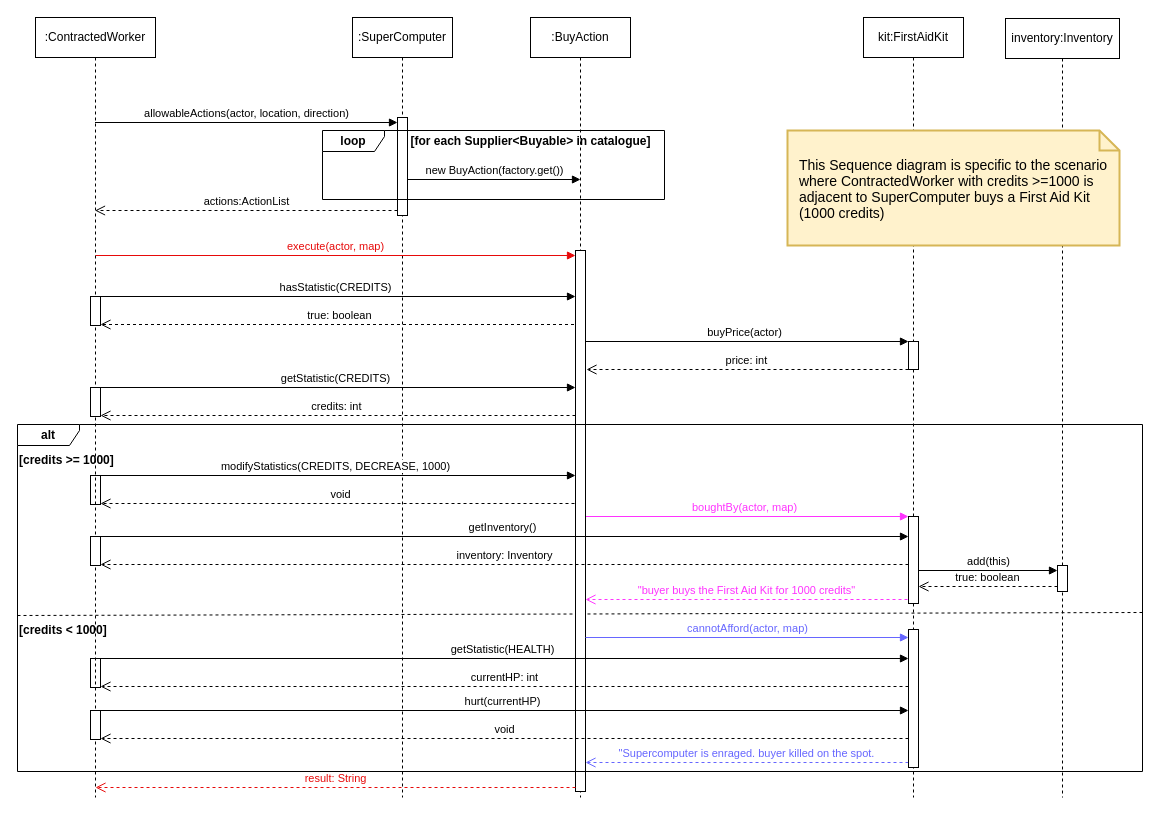
This is docs/design/assignment2/REQ1/REQ1-SequenceDiagram.drawio from ls9487/FIT2099-2026-SEM1-garbage-collection-inc, a draw.io file, before an edit. Source tidied: cells renumbered, new cells numbered last; positions are measured from the earlier drawing's top-left corner, leaving out a move shared by most shapes. Both pictures are drawn from the tidied source at 100%, with x=0, y=0 at pixel (17, 17).
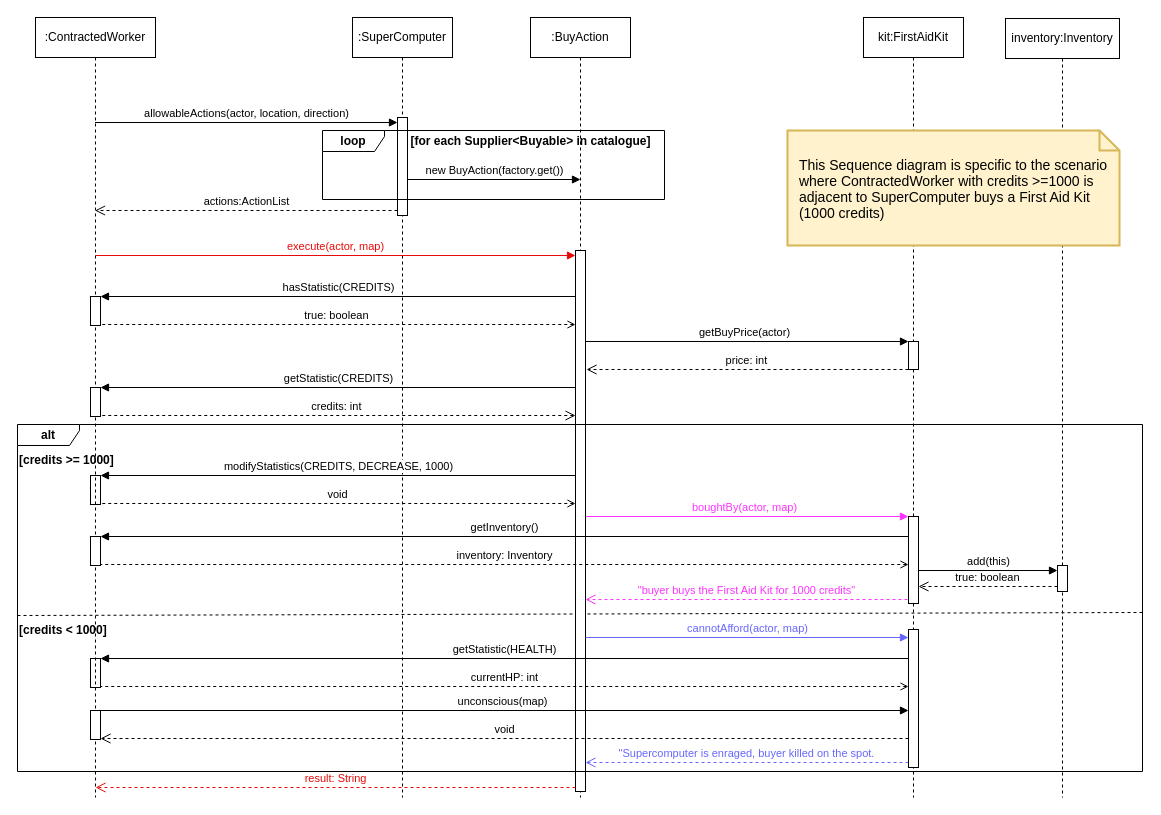
The same page after the edit.

Unchanged cells that the change refers to:
```xml
<mxCell id="5" style="html=1;points=[[0,0,0,0,5],[0,1,0,0,-5],[1,0,0,0,5],[1,1,0,0,-5]];perimeter=orthogonalPerimeter;outlineConnect=0;targetShapes=umlLifeline;portConstraint=eastwest;newEdgeStyle={&quot;curved&quot;:0,&quot;rounded&quot;:0};" parent="4" vertex="1">
  <mxGeometry x="45" y="324" width="10" height="28" as="geometry" />
</mxCell>
<mxCell id="6" style="html=1;points=[[0,0,0,0,5],[0,1,0,0,-5],[1,0,0,0,5],[1,1,0,0,-5]];perimeter=orthogonalPerimeter;outlineConnect=0;targetShapes=umlLifeline;portConstraint=eastwest;newEdgeStyle={&quot;curved&quot;:0,&quot;rounded&quot;:0};" parent="4" vertex="1">
  <mxGeometry x="45" y="499" width="10" height="87" as="geometry" />
</mxCell>
<mxCell id="23" style="html=1;points=[[0,0,0,0,5],[0,1,0,0,-5],[1,0,0,0,5],[1,1,0,0,-5]];perimeter=orthogonalPerimeter;outlineConnect=0;targetShapes=umlLifeline;portConstraint=eastwest;newEdgeStyle={&quot;curved&quot;:0,&quot;rounded&quot;:0};" parent="1" vertex="1">
  <mxGeometry x="73" y="458" width="10" height="29" as="geometry" />
</mxCell>
<mxCell id="30" value=":BuyAction" style="shape=umlLifeline;perimeter=lifelinePerimeter;whiteSpace=wrap;html=1;outlineConnect=0;portConstraint=eastwest;newEdgeStyle={&quot;edgeStyle&quot;:&quot;elbowEdgeStyle&quot;,&quot;elbow&quot;:&quot;vertical&quot;,&quot;curved&quot;:0,&quot;rounded&quot;:0};" parent="1" vertex="1">
  <mxGeometry x="513" width="100" height="780" as="geometry" />
</mxCell>
<mxCell id="32" style="html=1;points=[[0,0,0,0,5],[0,1,0,0,-5],[1,0,0,0,5],[1,1,0,0,-5]];perimeter=orthogonalPerimeter;outlineConnect=0;targetShapes=umlLifeline;portConstraint=eastwest;newEdgeStyle={&quot;curved&quot;:0,&quot;rounded&quot;:0};" parent="30" vertex="1">
  <mxGeometry x="45" y="233" width="10" height="541" as="geometry" />
</mxCell>
<mxCell id="35" value=":ContractedWorker" style="shape=umlLifeline;perimeter=lifelinePerimeter;whiteSpace=wrap;html=1;outlineConnect=0;portConstraint=eastwest;newEdgeStyle={&quot;edgeStyle&quot;:&quot;elbowEdgeStyle&quot;,&quot;elbow&quot;:&quot;vertical&quot;,&quot;curved&quot;:0,&quot;rounded&quot;:0};" parent="1" vertex="1">
  <mxGeometry x="18" width="120" height="780" as="geometry" />
</mxCell>
<mxCell id="50" style="html=1;points=[[0,0,0,0,5],[0,1,0,0,-5],[1,0,0,0,5],[1,1,0,0,-5]];perimeter=orthogonalPerimeter;outlineConnect=0;targetShapes=umlLifeline;portConstraint=eastwest;newEdgeStyle={&quot;curved&quot;:0,&quot;rounded&quot;:0};" parent="1" vertex="1">
  <mxGeometry x="891" y="612" width="10" height="138" as="geometry" />
</mxCell>
```

What changed in the source:
```diff
@@
-    <mxCell id="19" value="hasStatistic(CREDITS)" style="html=1;verticalAlign=bottom;endArrow=block;curved=0;rounded=0;" parent="1" edge="1" target="32">
+    <mxCell id="19" value="hasStatistic(CREDITS)" style="html=1;verticalAlign=bottom;endArrow=none;curved=0;rounded=0;startArrow=block;startFill=1;endFill=0;" parent="1" edge="1">
       <mxGeometry relative="1" as="geometry">
-        <mxPoint x="78" y="279" as="sourcePoint" />
+        <mxPoint x="83" y="279" as="sourcePoint" />
+        <mxPoint x="558" y="279" as="targetPoint" />
       </mxGeometry>
     </mxCell>
-    <mxCell id="20" value="true: boolean " style="html=1;verticalAlign=bottom;endArrow=open;dashed=1;endSize=8;curved=0;rounded=0;" parent="1" edge="1" source="30">
+    <mxCell id="20" value="true: boolean " style="html=1;verticalAlign=bottom;endArrow=none;dashed=1;endSize=8;curved=0;rounded=0;startArrow=open;startFill=0;endFill=0;" parent="1" edge="1" source="32">
       <mxGeometry relative="1" as="geometry">
         <mxPoint x="83" y="307" as="targetPoint" />
       </mxGeometry>
     </mxCell>
@@
-    <mxCell id="22" value="modifyStatistics(CREDITS, DECREASE, 1000)" style="html=1;verticalAlign=bottom;endArrow=block;curved=0;rounded=0;" parent="1" edge="1">
+    <mxCell id="22" value="modifyStatistics(CREDITS, DECREASE, 1000)" style="html=1;verticalAlign=bottom;endArrow=none;curved=0;rounded=0;startArrow=block;startFill=1;endFill=0;" parent="1" edge="1" source="23">
       <mxGeometry relative="1" as="geometry">
-        <mxPoint x="78" y="458" as="sourcePoint" />
         <mxPoint x="558" y="458" as="targetPoint" />
       </mxGeometry>
     </mxCell>
@@
-    <mxCell id="24" value="void" style="html=1;verticalAlign=bottom;endArrow=open;dashed=1;endSize=8;curved=0;rounded=0;" parent="1" edge="1">
+    <mxCell id="24" value="void" style="html=1;verticalAlign=bottom;endArrow=none;dashed=1;endSize=8;curved=0;rounded=0;startArrow=open;startFill=0;endFill=0;" parent="1" edge="1" source="32">
       <mxGeometry relative="1" as="geometry">
-        <mxPoint x="563" y="486" as="sourcePoint" />
         <mxPoint x="83" y="486" as="targetPoint" />
       </mxGeometry>
     </mxCell>
@@
-    <mxCell id="31" value="buyPrice(actor)" style="html=1;verticalAlign=bottom;endArrow=block;curved=0;rounded=0;" parent="30" edge="1" target="5">
+    <mxCell id="31" value="getBuyPrice(actor)" style="html=1;verticalAlign=bottom;endArrow=block;curved=0;rounded=0;" parent="30" edge="1" target="5">
       <mxGeometry relative="1" as="geometry">
         <mxPoint x="50" y="324" as="sourcePoint" />
       </mxGeometry>
     </mxCell>
@@
-    <mxCell id="33" value="getStatistic(HEALTH)" style="html=1;verticalAlign=bottom;endArrow=block;curved=0;rounded=0;" parent="1" edge="1" target="50">
+    <mxCell id="33" value="getStatistic(HEALTH)" style="html=1;verticalAlign=bottom;endArrow=none;curved=0;rounded=0;startArrow=block;startFill=1;endFill=0;" parent="1" edge="1" target="50">
       <mxGeometry relative="1" as="geometry">
-        <mxPoint x="78" y="641" as="sourcePoint" />
+        <mxPoint x="83" y="641" as="sourcePoint" />
       </mxGeometry>
     </mxCell>
-    <mxCell id="34" value=" currentHP: int " style="html=1;verticalAlign=bottom;endArrow=open;dashed=1;endSize=8;curved=0;rounded=0;" parent="1" edge="1" source="50">
+    <mxCell id="34" value=" currentHP: int " style="html=1;verticalAlign=bottom;endArrow=none;dashed=1;endSize=8;curved=0;rounded=0;startArrow=open;startFill=0;endFill=0;" parent="1" edge="1" source="50">
       <mxGeometry relative="1" as="geometry">
         <mxPoint x="83" y="669" as="targetPoint" />
       </mxGeometry>
     </mxCell>
@@
-    <mxCell id="37" value="getStatistic(CREDITS)" style="html=1;verticalAlign=bottom;endArrow=block;curved=0;rounded=0;" parent="35" edge="1" target="32">
+    <mxCell id="37" value="getStatistic(CREDITS)" style="html=1;verticalAlign=bottom;endArrow=none;curved=0;rounded=0;endFill=0;startArrow=block;startFill=1;" parent="35" edge="1" target="32">
       <mxGeometry relative="1" as="geometry">
-        <mxPoint x="60" y="370" as="sourcePoint" />
+        <mxPoint x="65" y="370" as="sourcePoint" />
       </mxGeometry>
     </mxCell>
@@
-    <mxCell id="39" value="credits: int " style="html=1;verticalAlign=bottom;endArrow=open;dashed=1;endSize=8;curved=0;rounded=0;" parent="35" edge="1">
+    <mxCell id="39" value="credits: int " style="html=1;verticalAlign=bottom;endArrow=none;dashed=1;endSize=8;curved=0;rounded=0;startArrow=open;startFill=1;startSize=8;endFill=0;" parent="35" edge="1">
       <mxGeometry relative="1" as="geometry">
         <mxPoint x="540" y="398" as="sourcePoint" />
         <mxPoint x="65" y="398" as="targetPoint" />
       </mxGeometry>
     </mxCell>
-    <mxCell id="40" value="getInventory()" style="html=1;verticalAlign=bottom;endArrow=block;curved=0;rounded=0;" parent="35" edge="1" target="6">
+    <mxCell id="40" value="getInventory()" style="html=1;verticalAlign=bottom;endArrow=none;curved=0;rounded=0;startArrow=block;startFill=1;endFill=0;" parent="35" edge="1" target="6">
       <mxGeometry relative="1" as="geometry">
-        <mxPoint x="60" y="519" as="sourcePoint" />
+        <mxPoint x="65" y="519" as="sourcePoint" />
       </mxGeometry>
     </mxCell>
@@
-    <mxCell id="42" value="inventory: Inventory" style="html=1;verticalAlign=bottom;endArrow=open;dashed=1;endSize=8;curved=0;rounded=0;" parent="35" edge="1">
+    <mxCell id="42" value="inventory: Inventory" style="html=1;verticalAlign=bottom;endArrow=none;dashed=1;endSize=8;curved=0;rounded=0;startArrow=open;startFill=0;endFill=0;" parent="35" edge="1">
       <mxGeometry relative="1" as="geometry">
         <mxPoint x="873" y="547" as="sourcePoint" />
         <mxPoint x="65" y="547" as="targetPoint" />
       </mxGeometry>
     </mxCell>
-    <mxCell id="43" value="hurt(currentHP)" style="html=1;verticalAlign=bottom;endArrow=block;curved=0;rounded=0;" parent="35" edge="1" target="50">
+    <mxCell id="43" value="unconscious(map)" style="html=1;verticalAlign=bottom;endArrow=block;curved=0;rounded=0;" parent="35" edge="1" target="50">
       <mxGeometry relative="1" as="geometry">
         <mxPoint x="60" y="693" as="sourcePoint" />
       </mxGeometry>
     </mxCell>
@@
-    <mxCell id="45" value="void" style="html=1;verticalAlign=bottom;endArrow=open;dashed=1;endSize=8;curved=0;rounded=0;" parent="35" edge="1" source="50">
+    <mxCell id="45" value="void" style="html=1;verticalAlign=bottom;endArrow=open;dashed=1;endSize=8;curved=0;rounded=0;startArrow=none;startFill=0;endFill=0;" parent="35" edge="1" source="50">
       <mxGeometry relative="1" as="geometry">
         <mxPoint x="65" y="721" as="targetPoint" />
       </mxGeometry>
     </mxCell>
@@
-    <mxCell id="48" value="&lt;font style=&quot;color: rgb(102, 102, 255);&quot;&gt;&quot;Supercomputer is enraged. buyer killed on the spot.&lt;/font&gt;" style="html=1;verticalAlign=bottom;endArrow=open;dashed=1;endSize=8;curved=0;rounded=0;strokeColor=#6666FF;exitX=0;exitY=1;exitDx=0;exitDy=-5;exitPerimeter=0;" parent="1" edge="1" source="50">
+    <mxCell id="48" value="&lt;font style=&quot;color: rgb(102, 102, 255);&quot;&gt;&quot;Supercomputer is enraged, buyer killed on the spot.&lt;/font&gt;" style="html=1;verticalAlign=bottom;endArrow=open;dashed=1;endSize=8;curved=0;rounded=0;strokeColor=#6666FF;exitX=0;exitY=1;exitDx=0;exitDy=-5;exitPerimeter=0;" parent="1" edge="1" source="50">
       <mxGeometry relative="1" as="geometry">
         <mxPoint x="568" y="745" as="targetPoint" />
       </mxGeometry>
     </mxCell>
```
